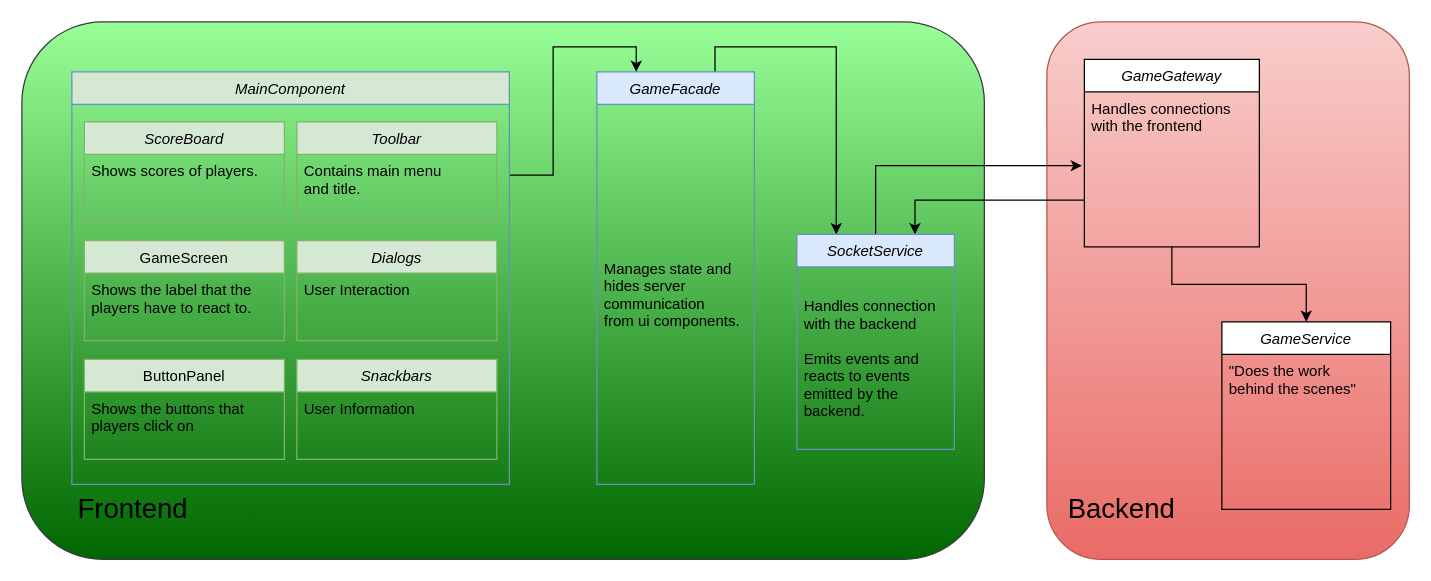
SoftwareKater/nx-confusion keeps this draw.io diagram as docs/src/architecture.drawio. Above is the earlier version. Source tidied: cells renumbered, new cells numbered last; positions are measured from the earlier drawing's top-left corner, leaving out a move shared by most shapes. Both pictures are drawn from the tidied source at 125%, with x=0, y=0 at pixel (21, 21).
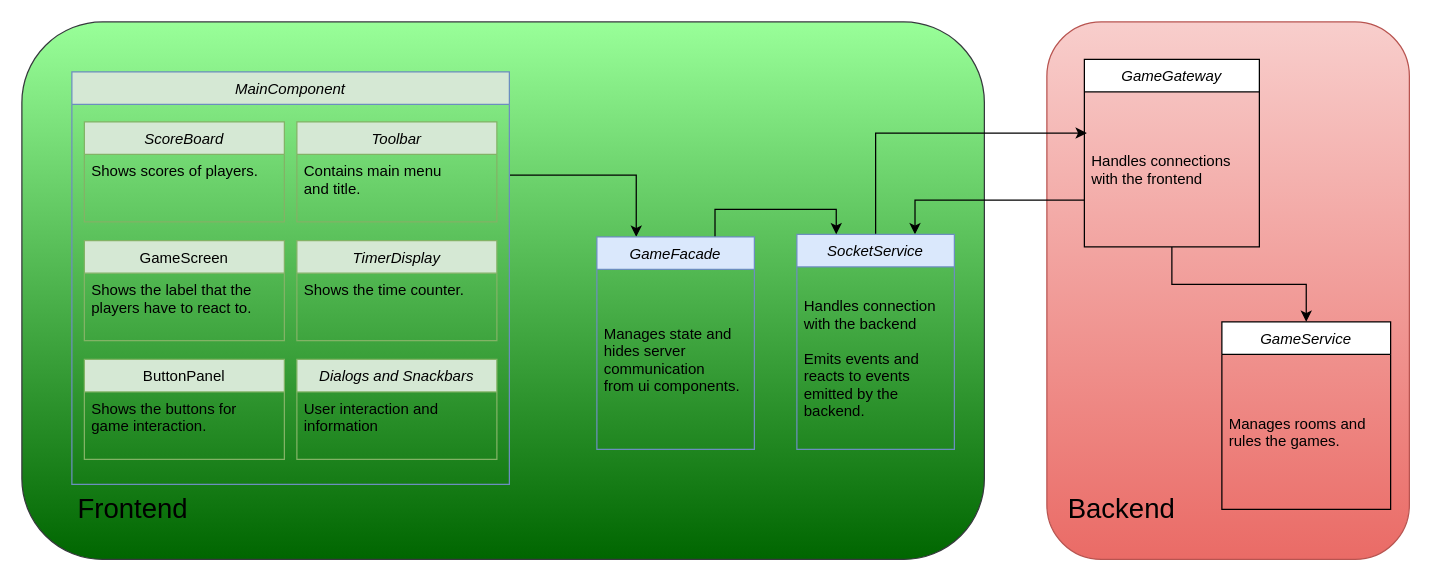
After the change.

Commit message (it also covers changes not shown here):
update architecture, mockup and demo

The change refers to these unchanged cells:
```xml
<mxCell id="6" value="GameService" style="swimlane;fontStyle=2;align=center;verticalAlign=top;horizontal=1;startSize=26;rounded=0;shadow=0;strokeWidth=1;fillColor=#FFFFFF;fontColor=#000000;" parent="1" vertex="1">
  <mxGeometry x="960" y="240" width="135" height="150" as="geometry" />
</mxCell>
<mxCell id="10" value="GameGateway" style="swimlane;fontStyle=2;align=center;verticalAlign=top;horizontal=1;startSize=26;rounded=0;shadow=0;strokeWidth=1;fillColor=#FFFFFF;fontColor=#000000;" parent="1" vertex="1">
  <mxGeometry x="850" y="30" width="140" height="150" as="geometry" />
</mxCell>
<mxCell id="13" value="SocketService" style="swimlane;fontStyle=2;align=center;verticalAlign=top;horizontal=1;startSize=26;rounded=0;shadow=0;strokeWidth=1;fillColor=#dae8fc;strokeColor=#6c8ebf;fontColor=#000000;" parent="1" vertex="1">
  <mxGeometry x="620" y="170" width="126" height="172" as="geometry" />
</mxCell>
<mxCell id="24" value="ButtonPanel" style="swimlane;fontStyle=0;align=center;verticalAlign=top;horizontal=1;startSize=26;rounded=0;shadow=0;strokeWidth=1;fillColor=#d5e8d4;strokeColor=#82b366;fontColor=#000000;" parent="1" vertex="1">
  <mxGeometry x="50" y="270" width="160" height="80" as="geometry" />
</mxCell>
```

Change to the diagram source:
```diff
@@
-    <mxCell id="7" value="&quot;Does the work&#10;behind the scenes&quot;" style="text;align=left;verticalAlign=top;spacingLeft=4;spacingRight=4;overflow=hidden;fontColor=#000000;" parent="6" vertex="1">
-      <mxGeometry y="26" width="135" height="54" as="geometry" />
+    <mxCell id="7" value="Manages rooms and &#10;rules the games." style="text;align=left;verticalAlign=middle;spacingLeft=4;spacingRight=4;overflow=hidden;fontColor=#000000;" parent="6" vertex="1">
+      <mxGeometry y="26" width="135" height="124" as="geometry" />
     </mxCell>
@@
-    <mxCell id="11" value="Handles connections &#10;with the frontend" style="text;align=left;verticalAlign=top;spacingLeft=4;spacingRight=4;overflow=hidden;points=[[0,0.5],[1,0.5]];portConstraint=eastwest;fontColor=#000000;" parent="10" vertex="1">
-      <mxGeometry y="26" width="140" height="54" as="geometry" />
+    <mxCell id="11" value="Handles connections &#10;with the frontend" style="text;align=left;verticalAlign=middle;spacingLeft=4;spacingRight=4;overflow=hidden;points=[[0,0.5],[1,0.5]];portConstraint=eastwest;fontColor=#000000;" parent="10" vertex="1">
+      <mxGeometry y="26" width="140" height="124" as="geometry" />
     </mxCell>
-    <mxCell id="12" style="edgeStyle=orthogonalEdgeStyle;rounded=0;jettySize=auto;html=1;exitX=0.5;exitY=0;exitDx=0;exitDy=0;entryX=-0.014;entryY=1.093;entryDx=0;entryDy=0;strokeColor=#000000;entryPerimeter=0;" parent="1" edge="1" source="13" target="11">
+    <mxCell id="12" style="edgeStyle=orthogonalEdgeStyle;rounded=0;jettySize=auto;html=1;exitX=0.5;exitY=0;exitDx=0;exitDy=0;entryX=0.014;entryY=0.266;entryDx=0;entryDy=0;strokeColor=#000000;entryPerimeter=0;" parent="1" edge="1" source="13" target="11">
       <mxGeometry relative="1" as="geometry" />
     </mxCell>
@@
-    <mxCell id="16" value="GameFacade" style="swimlane;fontStyle=2;align=center;verticalAlign=top;horizontal=1;startSize=26;rounded=0;shadow=0;strokeWidth=1;fillColor=#dae8fc;strokeColor=#6c8ebf;fontColor=#000000;" parent="1" vertex="1">
-      <mxGeometry x="460" y="40" width="126" height="330" as="geometry" />
-    </mxCell>
-    <mxCell id="17" value="Manages state and&#10;hides server &#10;communication&#10;from ui components." style="text;align=left;verticalAlign=middle;spacingLeft=4;spacingRight=4;overflow=hidden;direction=south;horizontal=1;fontColor=#000000;" parent="16" vertex="1">
-      <mxGeometry y="26" width="126" height="304" as="geometry" />
-    </mxCell>
@@
-    <mxCell id="25" value="Shows the buttons that &#10;players click on " style="text;align=left;verticalAlign=top;spacingLeft=4;spacingRight=4;overflow=hidden;fontColor=#000000;" parent="24" vertex="1">
+    <mxCell id="25" value="Shows the buttons for &#10;game interaction." style="text;align=left;verticalAlign=top;spacingLeft=4;spacingRight=4;overflow=hidden;fontColor=#000000;" parent="24" vertex="1">
       <mxGeometry y="26" width="160" height="44" as="geometry" />
     </mxCell>
@@
-    <mxCell id="28" value="Dialogs" style="swimlane;fontStyle=2;align=center;verticalAlign=top;horizontal=1;startSize=26;rounded=0;shadow=0;strokeWidth=1;fillColor=#d5e8d4;strokeColor=#82b366;fontColor=#000000;" parent="1" vertex="1">
+    <mxCell id="28" value="TimerDisplay" style="swimlane;fontStyle=2;align=center;verticalAlign=top;horizontal=1;startSize=26;rounded=0;shadow=0;strokeWidth=1;fillColor=#d5e8d4;strokeColor=#82b366;fontColor=#000000;" parent="1" vertex="1">
       <mxGeometry x="220" y="175" width="160" height="80" as="geometry" />
     </mxCell>
-    <mxCell id="29" value="User Interaction" style="text;align=left;verticalAlign=top;spacingLeft=4;spacingRight=4;overflow=hidden;fontColor=#000000;" parent="28" vertex="1">
+    <mxCell id="29" value="Shows the time counter." style="text;align=left;verticalAlign=top;spacingLeft=4;spacingRight=4;overflow=hidden;fontColor=#000000;" parent="28" vertex="1">
       <mxGeometry y="26" width="160" height="44" as="geometry" />
     </mxCell>
-    <mxCell id="30" value="Snackbars" style="swimlane;fontStyle=2;align=center;verticalAlign=top;horizontal=1;startSize=26;rounded=0;shadow=0;strokeWidth=1;fillColor=#d5e8d4;strokeColor=#82b366;fontColor=#000000;" parent="1" vertex="1">
+    <mxCell id="30" value="Dialogs and Snackbars" style="swimlane;fontStyle=2;align=center;verticalAlign=top;horizontal=1;startSize=26;rounded=0;shadow=0;strokeWidth=1;fillColor=#d5e8d4;strokeColor=#82b366;fontColor=#000000;" parent="1" vertex="1">
       <mxGeometry x="220" y="270" width="160" height="80" as="geometry" />
     </mxCell>
-    <mxCell id="31" value="User Information" style="text;align=left;verticalAlign=top;spacingLeft=4;spacingRight=4;overflow=hidden;fontColor=#000000;" parent="30" vertex="1">
+    <mxCell id="31" value="User interaction and &#10;information" style="text;align=left;verticalAlign=top;spacingLeft=4;spacingRight=4;overflow=hidden;fontColor=#000000;" parent="30" vertex="1">
       <mxGeometry y="26" width="160" height="44" as="geometry" />
     </mxCell>
+    <mxCell id="16" value="GameFacade" style="swimlane;fontStyle=2;align=center;verticalAlign=top;horizontal=1;startSize=26;rounded=0;shadow=0;strokeWidth=1;fillColor=#dae8fc;strokeColor=#6c8ebf;fontColor=#000000;" parent="1" vertex="1">
+      <mxGeometry x="460" y="172" width="126" height="170" as="geometry" />
+    </mxCell>
+    <mxCell id="17" value="Manages state and&#10;hides server &#10;communication&#10;from ui components." style="text;align=left;verticalAlign=middle;spacingLeft=4;spacingRight=4;overflow=hidden;direction=south;horizontal=1;fontColor=#000000;" parent="16" vertex="1">
+      <mxGeometry y="26" width="126" height="144" as="geometry" />
+    </mxCell>
```
